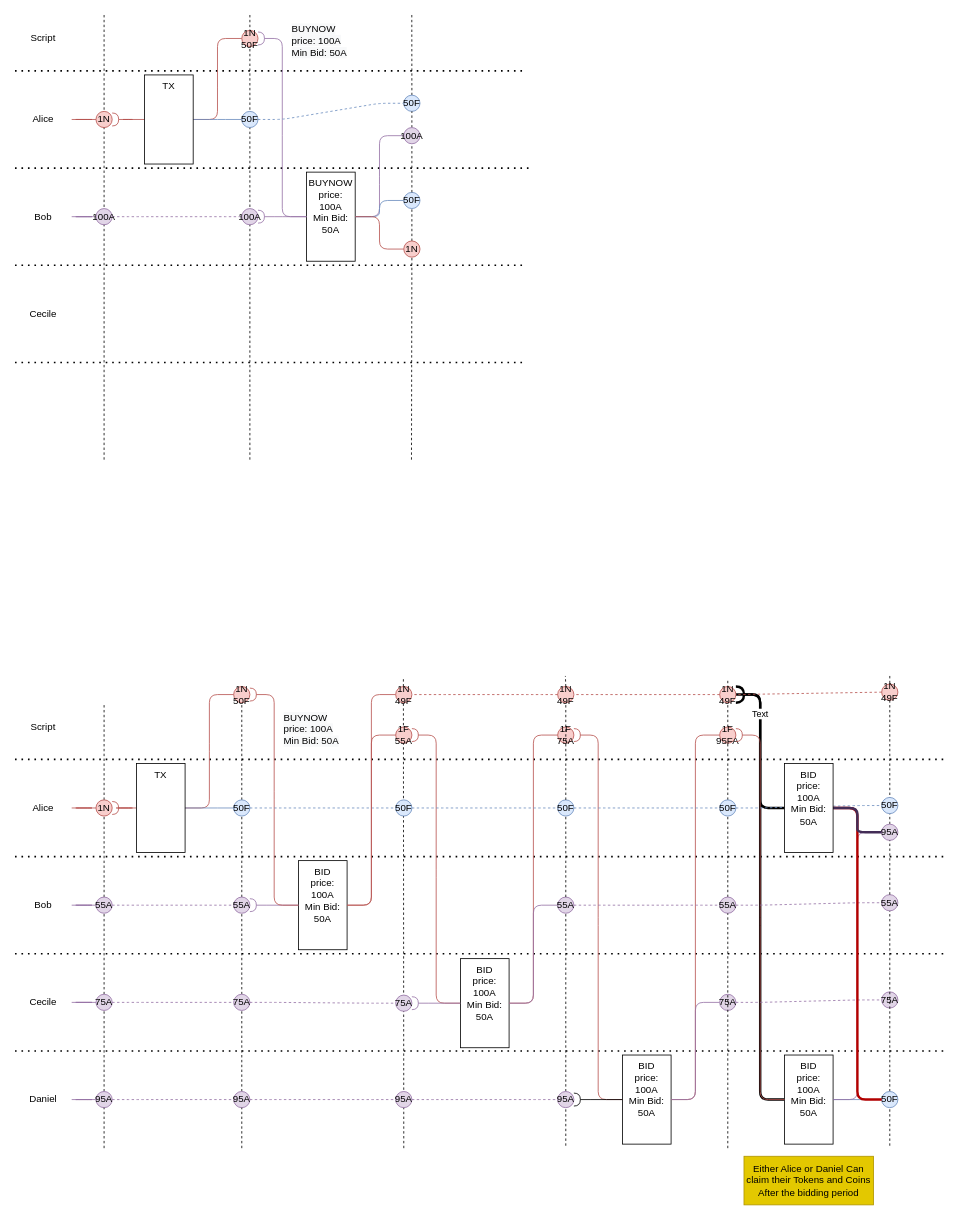
Above: diagrams/AuctionExample.drawio in ilap/ShelleyStuffs (draw.io), before the change. Source tidied: cells renumbered, new cells numbered last; positions are measured from the earlier drawing's top-left corner, leaving out a move shared by most shapes. Both pictures are drawn from the tidied source at 81%, with x=0, y=0 at pixel (15, 14).
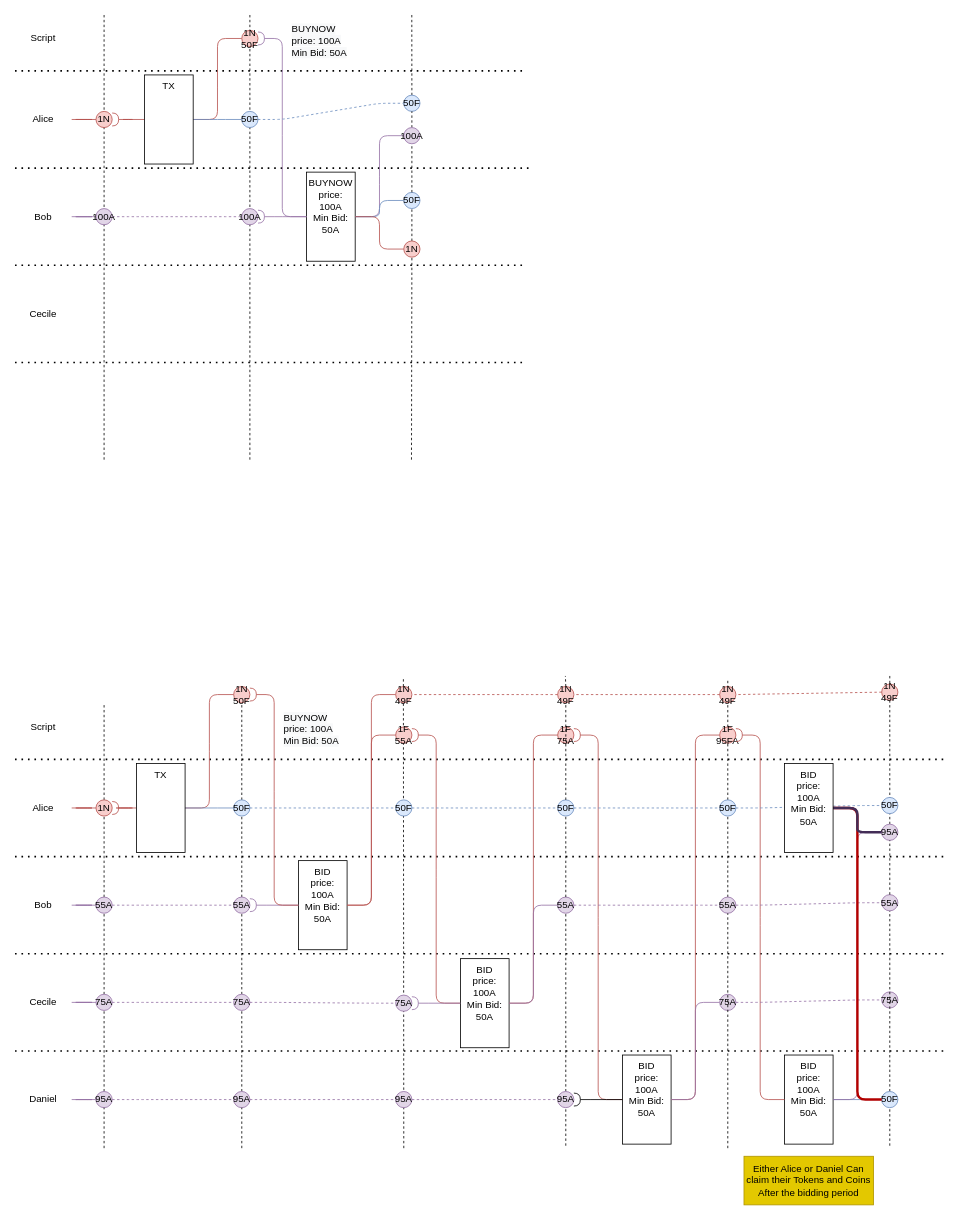
After the change.

The change refers to these unchanged cells:
```xml
<mxCell id="122" value="1N&lt;br&gt;49F" style="ellipse;whiteSpace=wrap;html=1;fillColor=#f8cecc;strokeColor=#b85450;" parent="1" vertex="1">
  <mxGeometry x="870" y="830" width="20" height="20" as="geometry" />
</mxCell>
<mxCell id="130" value="BID&lt;br&gt;price: 100A&lt;br&gt;Min Bid:&lt;br&gt;50A" style="rounded=0;whiteSpace=wrap;html=1;verticalAlign=top;" parent="1" vertex="1">
  <mxGeometry x="950" y="1285" width="60" height="110" as="geometry" />
</mxCell>
<mxCell id="148" value="BID&lt;br&gt;price: 100A&lt;br&gt;Min Bid:&lt;br&gt;50A" style="rounded=0;whiteSpace=wrap;html=1;verticalAlign=top;" parent="1" vertex="1">
  <mxGeometry x="950" y="925" width="60" height="110" as="geometry" />
</mxCell>
```

Change to the diagram source:
```diff
@@
-    <mxCell id="119" style="edgeStyle=entityRelationEdgeStyle;rounded=1;jettySize=auto;html=1;entryX=0;entryY=0.5;entryDx=0;entryDy=0;fontColor=default;startArrow=none;startFill=0;endArrow=none;endFill=0;strokeWidth=3;" parent="1" edge="1" source="122" target="148">
-      <mxGeometry relative="1" as="geometry" />
-    </mxCell>
-    <mxCell id="120" style="edgeStyle=entityRelationEdgeStyle;rounded=1;jettySize=auto;html=1;entryX=0;entryY=0.5;entryDx=0;entryDy=0;fontColor=default;startArrow=halfCircle;startFill=0;endArrow=none;endFill=0;strokeWidth=3;" parent="1" edge="1" source="122" target="130">
-      <mxGeometry relative="1" as="geometry" />
-    </mxCell>
-    <mxCell id="121" value="Text" style="edgeLabel;html=1;align=center;verticalAlign=middle;fontColor=default;" parent="120" vertex="1">
-      <mxGeometry x="-0.81" y="-1" relative="1" as="geometry" />
-    </mxCell>
```
